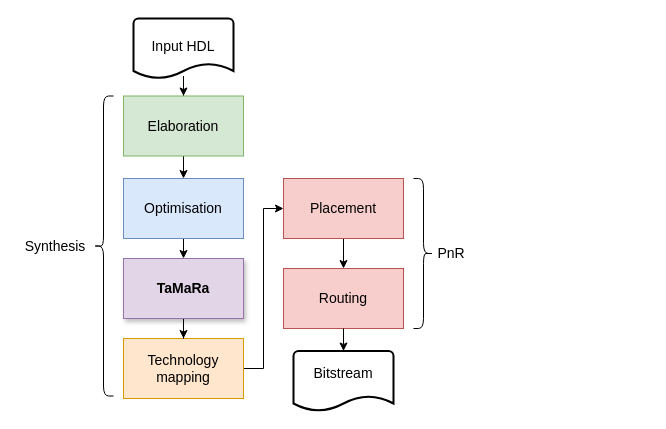
This is papers/proposal_draft/tamara_synthesis_flow.drawio from mattyoung101/tamara, a draw.io file, before an edit. Source tidied: cells renumbered, new cells numbered last; positions are measured from the earlier drawing's top-left corner, leaving out a move shared by most shapes. Both pictures are drawn from the tidied source at 100%, with x=0, y=0 at pixel (17, 18).
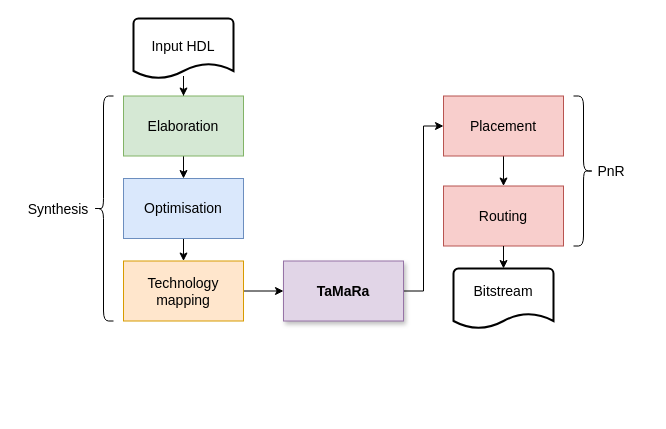
The same diagram, later.

Unchanged cells that the change refers to:
```xml
<mxCell id="9" value="&lt;font style=&quot;font-size: 14px;&quot;&gt;Optimisation&lt;/font&gt;" style="rounded=0;whiteSpace=wrap;html=1;glass=0;fillColor=#dae8fc;strokeColor=#6c8ebf;" parent="1" vertex="1">
  <mxGeometry x="106" y="160" width="120" height="60" as="geometry" />
</mxCell>
```

What changed in the source:
```diff
@@
     <mxCell id="2" style="strokeWidth=2;html=1;shape=mxgraph.flowchart.document2;whiteSpace=wrap;size=0.25;" parent="1" vertex="1">
-      <mxGeometry x="276" y="332.5" width="100" height="60" as="geometry" />
+      <mxGeometry x="436" y="250" width="100" height="60" as="geometry" />
     </mxCell>
@@
-    <mxCell id="8" style="edgeStyle=orthogonalEdgeStyle;rounded=0;jettySize=auto;html=1;exitX=0.5;exitY=1;exitDx=0;exitDy=0;entryX=0.5;entryY=0;entryDx=0;entryDy=0;" parent="1" edge="1" source="9" target="22">
-      <mxGeometry relative="1" as="geometry" />
-    </mxCell>
+    <mxCell id="23" style="edgeStyle=orthogonalEdgeStyle;rounded=0;jettySize=auto;html=1;" parent="1" edge="1" source="9" target="11">
+      <mxGeometry relative="1" as="geometry" />
+    </mxCell>
@@
-    <mxCell id="10" style="edgeStyle=orthogonalEdgeStyle;rounded=0;jettySize=auto;html=1;exitX=1;exitY=0.5;exitDx=0;exitDy=0;entryX=0;entryY=0.5;entryDx=0;entryDy=0;" parent="1" edge="1" source="11" target="13">
-      <mxGeometry relative="1" as="geometry" />
-    </mxCell>
+    <mxCell id="24" style="edgeStyle=orthogonalEdgeStyle;rounded=0;jettySize=auto;html=1;" parent="1" edge="1" source="11" target="22">
+      <mxGeometry relative="1" as="geometry" />
+    </mxCell>
     <mxCell id="11" value="&lt;font style=&quot;font-size: 14px;&quot;&gt;Technology mapping&lt;/font&gt;" style="rounded=0;whiteSpace=wrap;html=1;glass=0;fillColor=#ffe6cc;strokeColor=#d79b00;" parent="1" vertex="1">
-      <mxGeometry x="106" y="320" width="120" height="60" as="geometry" />
+      <mxGeometry x="106" y="242.5" width="120" height="60" as="geometry" />
     </mxCell>
@@
     <mxCell id="13" value="&lt;font style=&quot;font-size: 14px;&quot;&gt;Placement&lt;/font&gt;" style="rounded=0;whiteSpace=wrap;html=1;glass=0;fillColor=#f8cecc;strokeColor=#b85450;" parent="1" vertex="1">
-      <mxGeometry x="266" y="160" width="120" height="60" as="geometry" />
+      <mxGeometry x="426" y="77.5" width="120" height="60" as="geometry" />
     </mxCell>
     <mxCell id="14" value="&lt;font style=&quot;font-size: 14px;&quot;&gt;Routing&lt;/font&gt;" style="rounded=0;whiteSpace=wrap;html=1;glass=0;fillColor=#f8cecc;strokeColor=#b85450;" parent="1" vertex="1">
-      <mxGeometry x="266" y="250" width="120" height="60" as="geometry" />
+      <mxGeometry x="426" y="167.5" width="120" height="60" as="geometry" />
     </mxCell>
     <mxCell id="15" value="&lt;span style=&quot;font-size: 14px;&quot;&gt;Bitstream&lt;/span&gt;" style="text;html=1;align=center;verticalAlign=middle;whiteSpace=wrap;rounded=0;" parent="1" vertex="1">
-      <mxGeometry x="291" y="340" width="70" height="30" as="geometry" />
+      <mxGeometry x="451" y="257.5" width="70" height="30" as="geometry" />
     </mxCell>
     <mxCell id="16" style="shape=curlyBracket;whiteSpace=wrap;html=1;rounded=1;flipH=1;labelPosition=right;verticalLabelPosition=middle;align=left;verticalAlign=middle;rotation=-180;" parent="1" vertex="1">
-      <mxGeometry x="76" y="77.5" width="20" height="300" as="geometry" />
+      <mxGeometry x="76" y="77.5" width="20" height="225" as="geometry" />
     </mxCell>
     <mxCell id="17" value="&lt;font style=&quot;font-size: 14px;&quot;&gt;Synthesis&lt;/font&gt;" style="text;html=1;align=center;verticalAlign=middle;whiteSpace=wrap;rounded=0;" parent="1" vertex="1">
-      <mxGeometry y="212.5" width="76" height="30" as="geometry" />
+      <mxGeometry x="3" y="176.2" width="76" height="30" as="geometry" />
     </mxCell>
     <mxCell id="18" style="shape=curlyBracket;whiteSpace=wrap;html=1;rounded=1;flipH=1;labelPosition=right;verticalLabelPosition=middle;align=left;verticalAlign=middle;" parent="1" vertex="1">
-      <mxGeometry x="396" y="160" width="20" height="150" as="geometry" />
+      <mxGeometry x="556" y="77.5" width="20" height="150" as="geometry" />
     </mxCell>
     <mxCell id="19" value="&lt;font style=&quot;font-size: 14px;&quot;&gt;PnR&lt;/font&gt;" style="text;html=1;align=center;verticalAlign=middle;whiteSpace=wrap;rounded=0;" parent="1" vertex="1">
-      <mxGeometry x="396" y="220" width="76" height="30" as="geometry" />
+      <mxGeometry x="556" y="137.5" width="76" height="30" as="geometry" />
     </mxCell>
@@
-    <mxCell id="21" style="edgeStyle=orthogonalEdgeStyle;rounded=0;jettySize=auto;html=1;" parent="1" edge="1" source="22" target="11">
-      <mxGeometry relative="1" as="geometry" />
-    </mxCell>
+    <mxCell id="25" style="edgeStyle=orthogonalEdgeStyle;rounded=0;jettySize=auto;html=1;exitX=1;exitY=0.5;exitDx=0;exitDy=0;entryX=0;entryY=0.5;entryDx=0;entryDy=0;" parent="1" edge="1" source="22" target="13">
+      <mxGeometry relative="1" as="geometry" />
+    </mxCell>
     <mxCell id="22" value="&lt;font style=&quot;font-size: 14px;&quot;&gt;&lt;b&gt;TaMaRa&lt;/b&gt;&lt;/font&gt;" style="rounded=0;whiteSpace=wrap;html=1;glass=0;fillColor=#e1d5e7;strokeColor=#9673a6;gradientColor=none;shadow=1;" parent="1" vertex="1">
-      <mxGeometry x="106" y="240" width="120" height="60" as="geometry" />
+      <mxGeometry x="266" y="242.5" width="120" height="60" as="geometry" />
     </mxCell>
```
